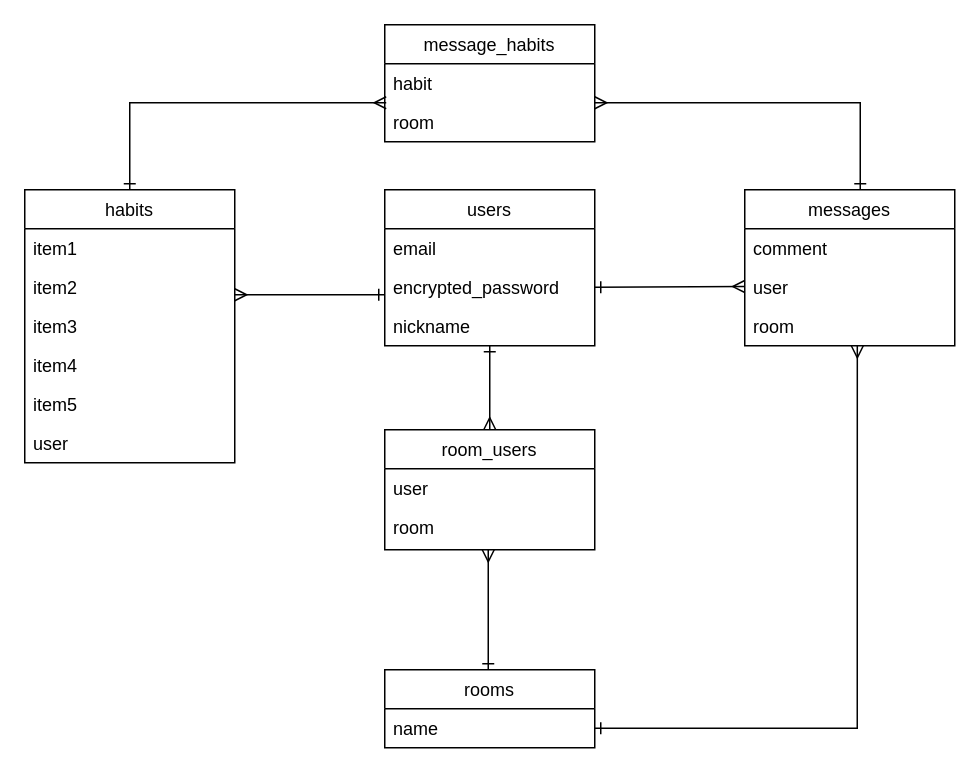
Earlier version of the draw.io diagram ER.dio (soetakara/habit_share-app). Source tidied: cells renumbered, new cells numbered last; positions are measured from the earlier drawing's top-left corner, leaving out a move shared by most shapes. Both pictures are drawn from the tidied source at 150%, with x=0, y=0 at pixel (24, 24).
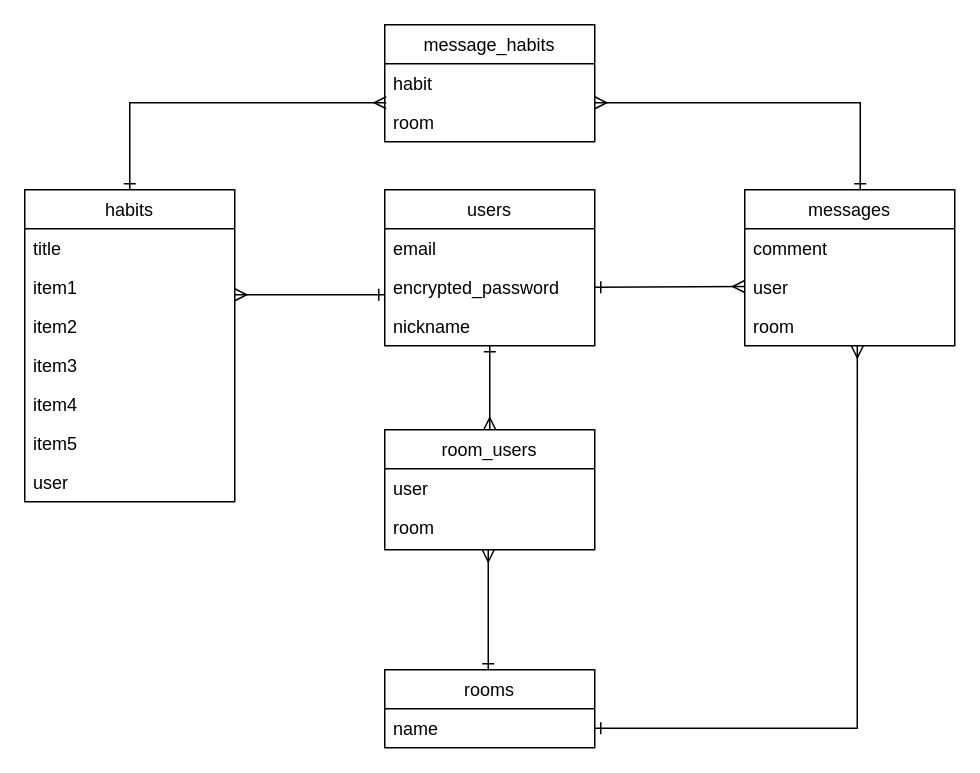
After the change.

Commit message (it also covers changes not shown here):
habitにtitleのカラム追加

Diff of the diagram source:
```diff
@@
     <mxCell id="17" value="habits" style="swimlane;fontStyle=0;horizontal=1;startSize=26;" parent="1" vertex="1">
-      <mxGeometry y="110" width="140" height="182" as="geometry" />
+      <mxGeometry y="110" width="140" height="208" as="geometry" />
     </mxCell>
-    <mxCell id="18" value="item1" style="text;strokeColor=none;fillColor=none;align=left;verticalAlign=top;spacingLeft=4;spacingRight=4;overflow=hidden;" parent="17" vertex="1">
+    <mxCell id="18" value="title" style="text;strokeColor=none;fillColor=none;align=left;verticalAlign=top;spacingLeft=4;spacingRight=4;overflow=hidden;" parent="17" vertex="1">
       <mxGeometry y="26" width="140" height="26" as="geometry" />
     </mxCell>
+    <mxCell id="32" value="item1" style="text;strokeColor=none;fillColor=none;align=left;verticalAlign=top;spacingLeft=4;spacingRight=4;overflow=hidden;" parent="17" vertex="1">
+      <mxGeometry y="52" width="140" height="26" as="geometry" />
+    </mxCell>
     <mxCell id="19" value="item2" style="text;strokeColor=none;fillColor=none;align=left;verticalAlign=top;spacingLeft=4;spacingRight=4;overflow=hidden;" parent="17" vertex="1">
-      <mxGeometry y="52" width="140" height="26" as="geometry" />
+      <mxGeometry y="78" width="140" height="26" as="geometry" />
     </mxCell>
     <mxCell id="20" value="item3" style="text;strokeColor=none;fillColor=none;align=left;verticalAlign=top;spacingLeft=4;spacingRight=4;overflow=hidden;" parent="17" vertex="1">
-      <mxGeometry y="78" width="140" height="26" as="geometry" />
+      <mxGeometry y="104" width="140" height="26" as="geometry" />
     </mxCell>
     <mxCell id="21" value="item4" style="text;strokeColor=none;fillColor=none;align=left;verticalAlign=top;spacingLeft=4;spacingRight=4;overflow=hidden;" parent="17" vertex="1">
-      <mxGeometry y="104" width="140" height="26" as="geometry" />
+      <mxGeometry y="130" width="140" height="26" as="geometry" />
     </mxCell>
     <mxCell id="22" value="item5" style="text;strokeColor=none;fillColor=none;align=left;verticalAlign=top;spacingLeft=4;spacingRight=4;overflow=hidden;" parent="17" vertex="1">
-      <mxGeometry y="130" width="140" height="26" as="geometry" />
+      <mxGeometry y="156" width="140" height="26" as="geometry" />
     </mxCell>
     <mxCell id="23" value="user" style="text;strokeColor=none;fillColor=none;align=left;verticalAlign=top;spacingLeft=4;spacingRight=4;overflow=hidden;" parent="17" vertex="1">
-      <mxGeometry y="156" width="140" height="26" as="geometry" />
+      <mxGeometry y="182" width="140" height="26" as="geometry" />
     </mxCell>
```
